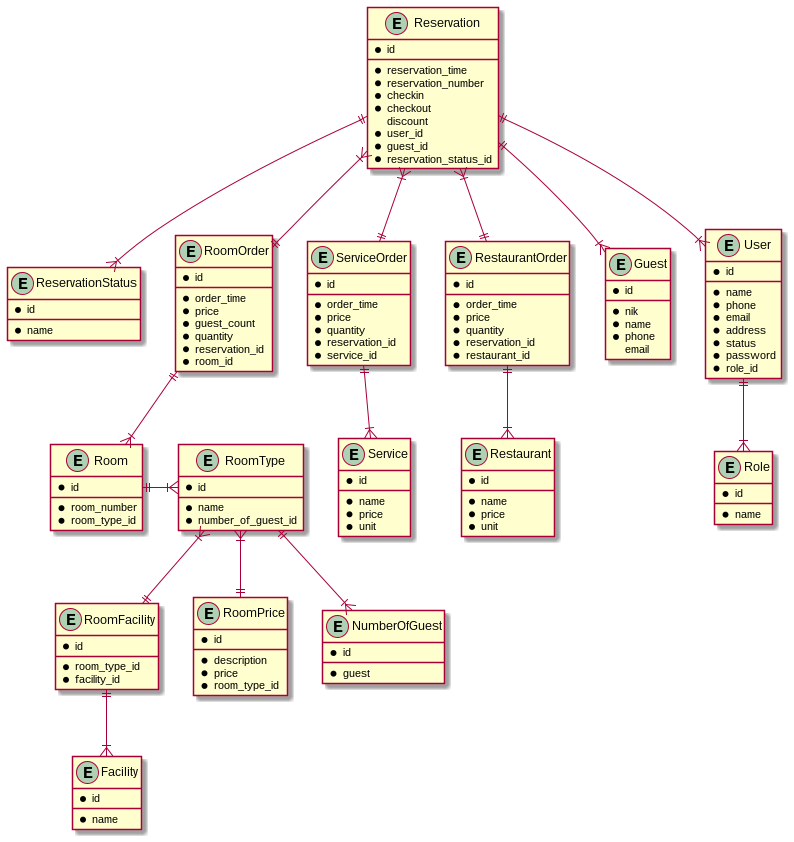
MuhammadIqbalAfandi/semuwainn keeps this PlantUML diagram as designs/diagrams/database/Semuwainn.png. Above is the earlier version.
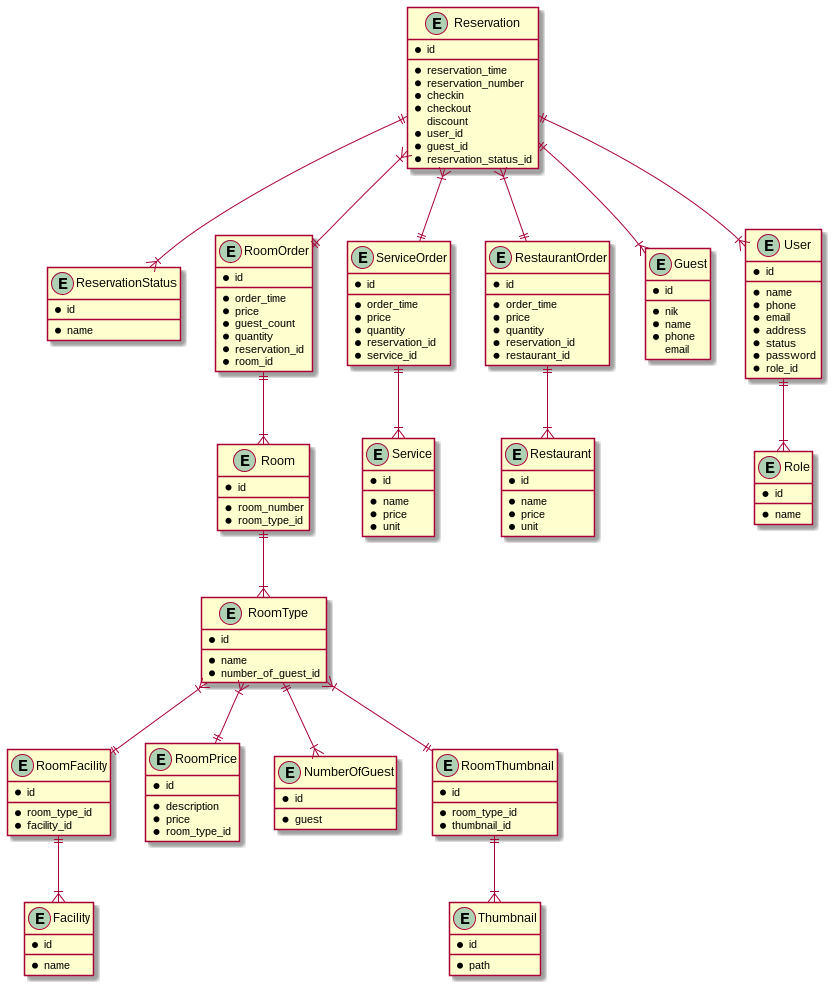
After the commit.

Change to the diagram source:
```diff
@@ -133,6 +133,19 @@
     * guest
   }
 
+  entity RoomThumbnail {
+    * id
+    __
+    * room_type_id
+    * thumbnail_id
+  }
+
+  entity Thumbnail {
+    * id
+    __
+    * path
+  }
+
   Reservation ||--|{ ReservationStatus
   Reservation }|--|| RestaurantOrder
   Reservation }|--|| ServiceOrder
@@ -140,11 +153,13 @@
   Reservation ||--|{ Guest
   Reservation }|--|| RoomOrder
   RoomOrder ||--|{ Room
-  Room ||-|{ RoomType
+  Room ||--|{ RoomType
   RoomType }|--|| RoomPrice
   RoomType }|--|| RoomFacility
   RoomType ||--|{ NumberOfGuest
+  RoomType }|--|| RoomThumbnail
   RoomFacility ||--|{ Facility
+  RoomThumbnail ||--|{ Thumbnail
   ServiceOrder ||--|{ Service
   RestaurantOrder ||--|{ Restaurant
   User ||--|{ Role
```
